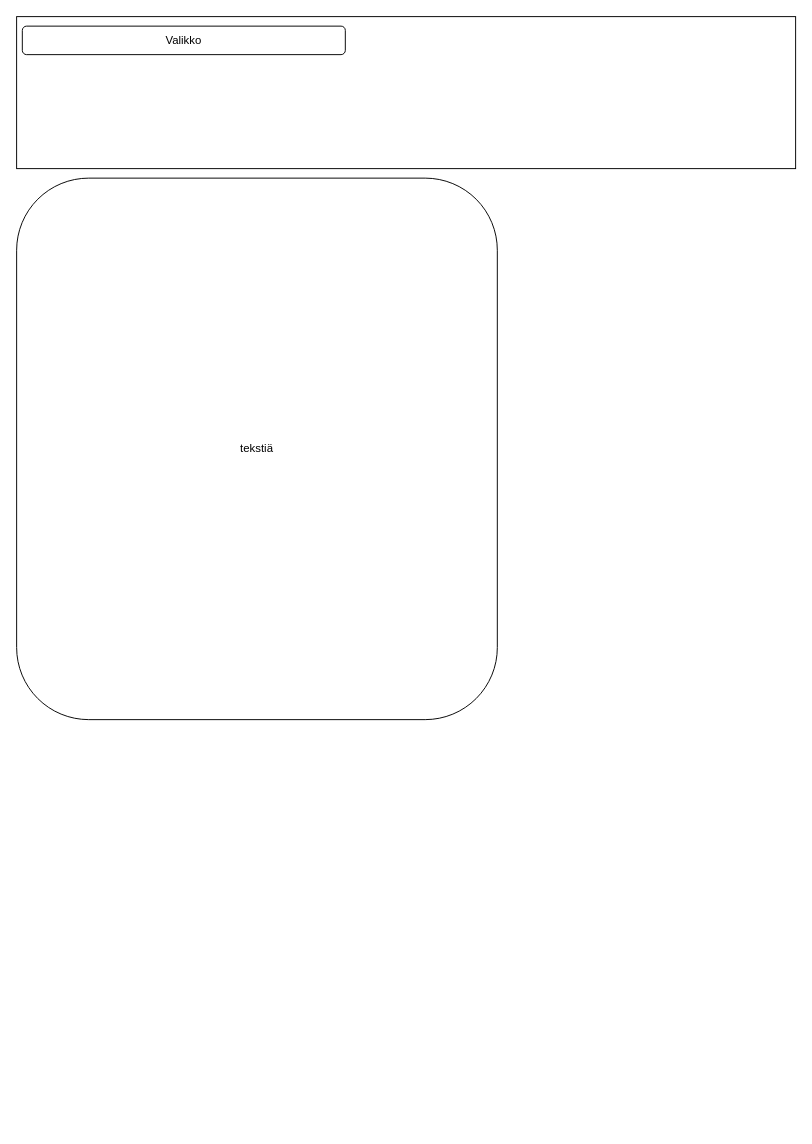
Before: Harjoituksia/Scrum_Harjoitus.drawio in yanroos/Nonstop, a draw.io diagram. Source tidied: cells renumbered, new cells numbered last; positions are measured from the earlier drawing's top-left corner, leaving out a move shared by most shapes. Both pictures are drawn from the tidied source at 95%, with x=0, y=0 at pixel (16, 16).
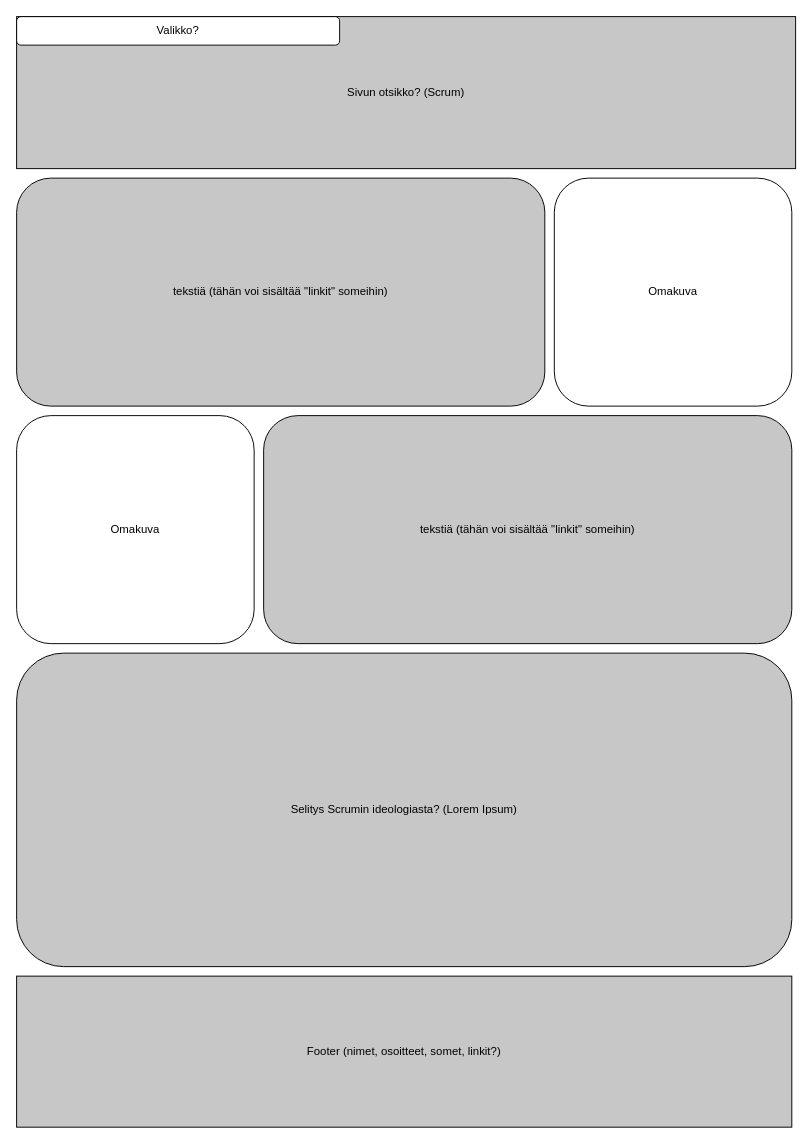
The same diagram, later.

What changed in the source:
```diff
@@
 <mxGraphModel>
   <root>
     <mxCell id="0" />
     <mxCell id="1" parent="0" />
-    <mxCell id="2" style="rounded=0;whiteSpace=wrap;html=1;" parent="1" vertex="1">
+    <mxCell id="2" value="Sivun otsikko? (Scrum)" style="rounded=0;whiteSpace=wrap;html=1;fillColor=#C7C7C7;" parent="1" vertex="1">
       <mxGeometry width="820" height="160" as="geometry" />
     </mxCell>
-    <mxCell id="3" value="Valikko" style="rounded=1;whiteSpace=wrap;html=1;" parent="1" vertex="1">
-      <mxGeometry x="6" y="10" width="340" height="30" as="geometry" />
+    <mxCell id="3" value="Valikko?" style="rounded=1;whiteSpace=wrap;html=1;" parent="1" vertex="1">
+      <mxGeometry width="340" height="30" as="geometry" />
     </mxCell>
-    <mxCell id="4" value="tekstiä" style="rounded=1;whiteSpace=wrap;html=1;" parent="1" vertex="1">
-      <mxGeometry y="170" width="506" height="570" as="geometry" />
+    <mxCell id="4" value="tekstiä (tähän voi sisältää &quot;linkit&quot; someihin)" style="rounded=1;whiteSpace=wrap;html=1;fillColor=#C7C7C7;" parent="1" vertex="1">
+      <mxGeometry y="170" width="556" height="240" as="geometry" />
     </mxCell>
+    <mxCell id="5" value="Footer (nimet, osoitteet, somet, linkit?)" style="rounded=0;whiteSpace=wrap;html=1;fillColor=#C7C7C7;" parent="1" vertex="1">
+      <mxGeometry y="1010" width="816" height="159" as="geometry" />
+    </mxCell>
+    <mxCell id="6" value="Omakuva" style="rounded=1;whiteSpace=wrap;html=1;" parent="1" vertex="1">
+      <mxGeometry x="566" y="170" width="250" height="240" as="geometry" />
+    </mxCell>
+    <mxCell id="7" value="tekstiä (tähän voi sisältää &quot;linkit&quot; someihin)" style="rounded=1;whiteSpace=wrap;html=1;fillColor=#C7C7C7;" parent="1" vertex="1">
+      <mxGeometry x="260" y="420" width="556" height="240" as="geometry" />
+    </mxCell>
+    <mxCell id="8" value="Omakuva" style="rounded=1;whiteSpace=wrap;html=1;" parent="1" vertex="1">
+      <mxGeometry y="420" width="250" height="240" as="geometry" />
+    </mxCell>
+    <mxCell id="9" value="Selitys Scrumin ideologiasta? (Lorem Ipsum)" style="rounded=1;whiteSpace=wrap;html=1;fillColor=#C7C7C7;" parent="1" vertex="1">
+      <mxGeometry y="670" width="816" height="330" as="geometry" />
+    </mxCell>
   </root>
 </mxGraphModel>
```
